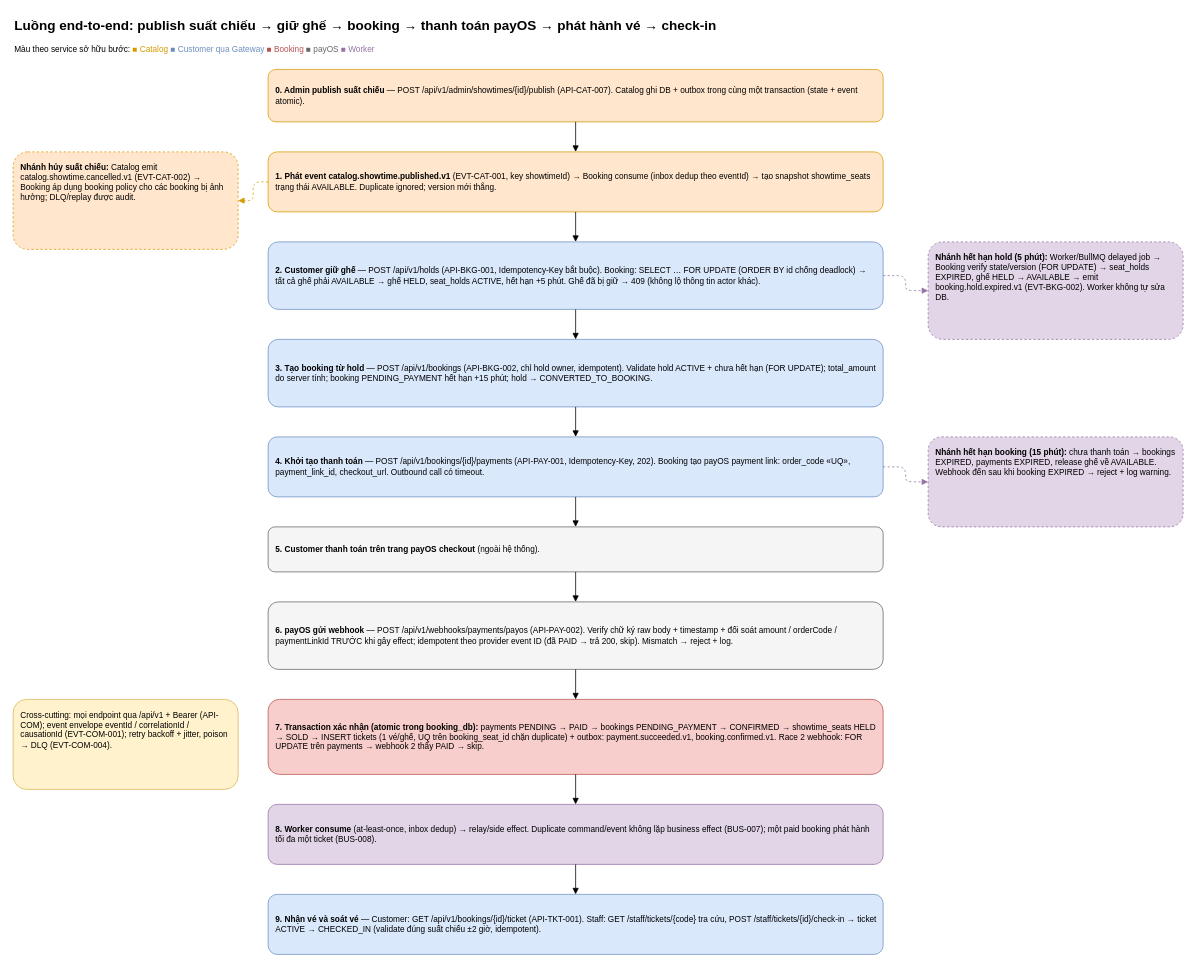
Earlier version of the draw.io diagram page "4. Luồng Booking và Payment" (4 of 8) of docs/diagrams/movie-ticket-booking.drawio (vanphutin/movie-ticket-booking-app). Source tidied: cells renumbered, new cells numbered last; positions are measured from the earlier drawing's top-left corner, leaving out a move shared by most shapes. Both pictures are drawn from the tidied source at 75%, with x=0, y=0 at pixel (13, 13).
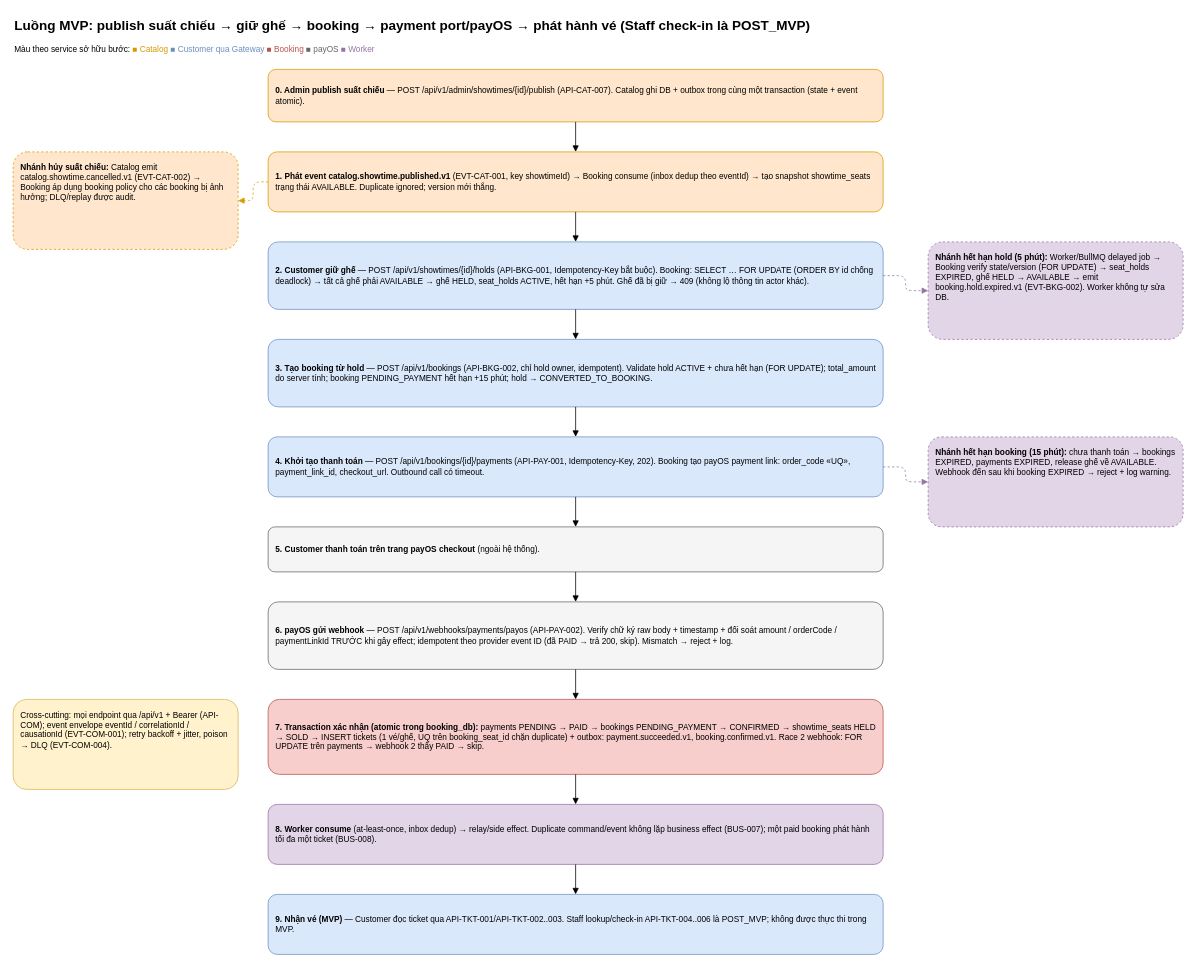
Above is the later version.

What changed in the source:
```diff
@@
-    <mxCell id="2" value="Luồng end-to-end: publish suất chiếu → giữ ghế → booking → thanh toán payOS → phát hành vé → check-in" style="text;html=1;align=left;fontSize=18;fontStyle=1;" parent="1" vertex="1">
+    <mxCell id="2" value="Luồng MVP: publish suất chiếu → giữ ghế → booking → payment port/payOS → phát hành vé (Staff check-in là POST_MVP)" style="text;html=1;align=left;fontSize=18;fontStyle=1;" parent="1" vertex="1">
       <mxGeometry width="1300" height="30" as="geometry" />
     </mxCell>
@@
-    <mxCell id="6" value="&lt;b&gt;2. Customer giữ ghế&lt;/b&gt; — POST /api/v1/holds (API-BKG-001, Idempotency-Key bắt buộc). Booking: SELECT … FOR UPDATE (ORDER BY id chống deadlock) → tất cả ghế phải AVAILABLE → ghế HELD, seat_holds ACTIVE, hết hạn +5 phút. Ghế đã bị giữ → 409 (không lộ thông tin actor khác)." style="rounded=1;whiteSpace=wrap;html=1;align=left;verticalAlign=middle;spacing=10;fillColor=#dae8fc;strokeColor=#6c8ebf;fontSize=11;" parent="1" vertex="1">
+    <mxCell id="6" value="&lt;b&gt;2. Customer giữ ghế&lt;/b&gt; — POST /api/v1/showtimes/{id}/holds (API-BKG-001, Idempotency-Key bắt buộc). Booking: SELECT … FOR UPDATE (ORDER BY id chống deadlock) → tất cả ghế phải AVAILABLE → ghế HELD, seat_holds ACTIVE, hết hạn +5 phút. Ghế đã bị giữ → 409 (không lộ thông tin actor khác)." style="rounded=1;whiteSpace=wrap;html=1;align=left;verticalAlign=middle;spacing=10;fillColor=#dae8fc;strokeColor=#6c8ebf;fontSize=11;" parent="1" vertex="1">
       <mxGeometry x="340" y="305" width="820" height="90" as="geometry" />
     </mxCell>
@@
-    <mxCell id="13" value="&lt;b&gt;9. Nhận vé và soát vé&lt;/b&gt; — Customer: GET /api/v1/bookings/{id}/ticket (API-TKT-001). Staff: GET /staff/tickets/{code} tra cứu, POST /staff/tickets/{id}/check-in → ticket ACTIVE → CHECKED_IN (validate đúng suất chiếu ±2 giờ, idempotent)." style="rounded=1;whiteSpace=wrap;html=1;align=left;verticalAlign=middle;spacing=10;fillColor=#dae8fc;strokeColor=#6c8ebf;fontSize=11;" parent="1" vertex="1">
+    <mxCell id="13" value="&lt;b&gt;9. Nhận vé (MVP)&lt;/b&gt; — Customer đọc ticket qua API-TKT-001/API-TKT-002..003. Staff lookup/check-in API-TKT-004..006 là POST_MVP; không được thực thi trong MVP." style="rounded=1;whiteSpace=wrap;html=1;align=left;verticalAlign=middle;spacing=10;fillColor=#dae8fc;strokeColor=#6c8ebf;fontSize=11;" parent="1" vertex="1">
       <mxGeometry x="340" y="1175" width="820" height="80" as="geometry" />
     </mxCell>
```
